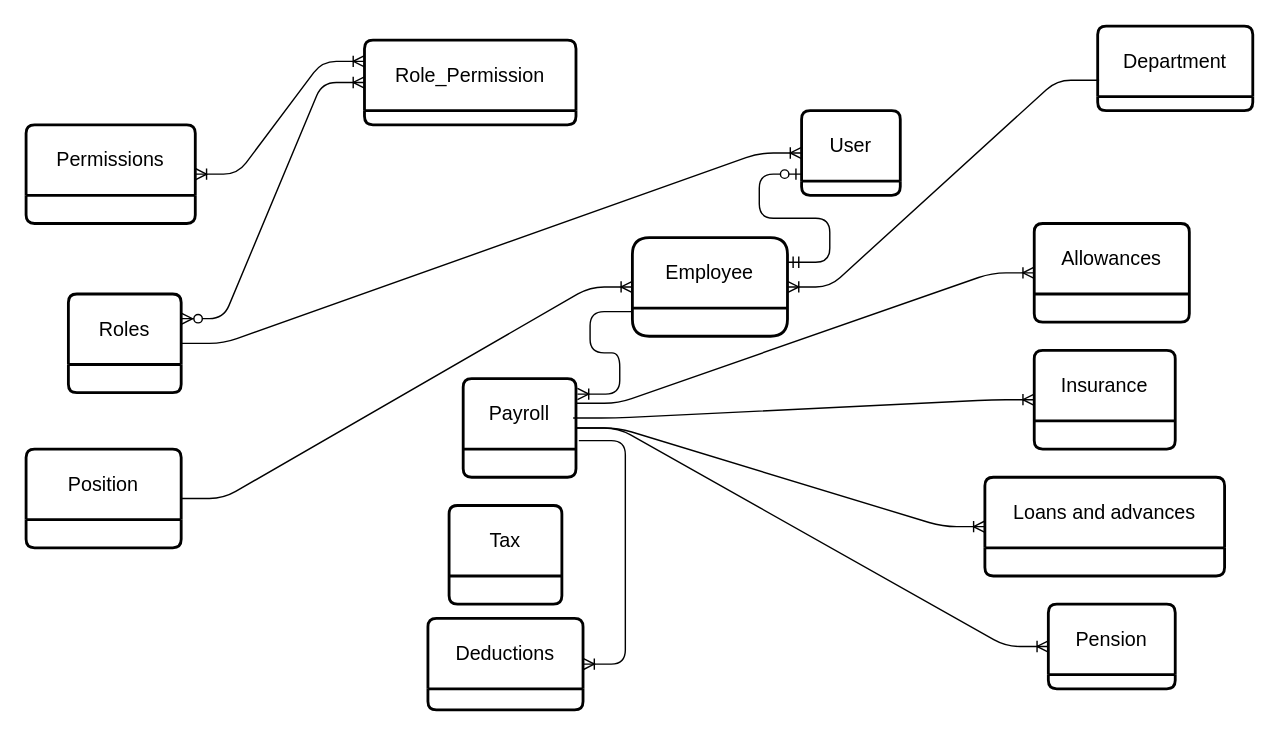
This is System_Design_Diagrams/ERDs.drawio from peter-289/payroll_system, a draw.io file, before an edit. Source tidied: cells renumbered, new cells numbered last; positions are measured from the earlier drawing's top-left corner, leaving out a move shared by most shapes. Both pictures are drawn from the tidied source at 141%, with x=0, y=0 at pixel (25, 25).
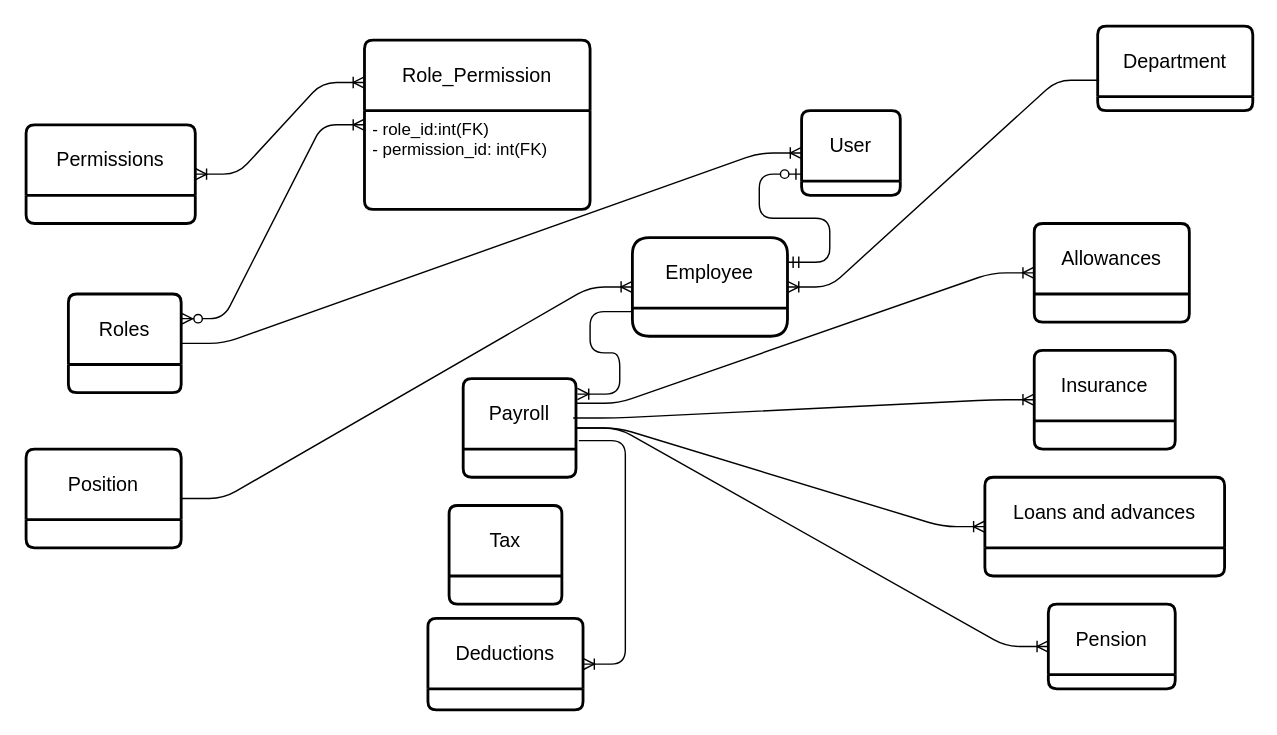
The same page after the edit.

Diff of the diagram source:
```diff
@@
-    <mxCell id="2" value="Role_Permission" style="swimlane;horizontal=1;startSize=50;rounded=1;fontSize=14;fontStyle=0;strokeWidth=2;shadow=0;dashed=0;align=center;arcSize=4;whiteSpace=wrap;html=1;" parent="1" vertex="1" collapsed="1">
-      <mxGeometry x="240" y="10" width="150" height="60" as="geometry" />
+    <mxCell id="2" value="Role_Permission" style="swimlane;horizontal=1;startSize=50;rounded=1;fontSize=14;fontStyle=0;strokeWidth=2;shadow=0;dashed=0;align=center;arcSize=4;whiteSpace=wrap;html=1;" parent="1" vertex="1">
+      <mxGeometry x="240" y="10" width="160" height="120" as="geometry" />
     </mxCell>
+    <mxCell id="28" value="- role_id:int(FK)&lt;div&gt;- permission_id: int(FK)&lt;/div&gt;" style="align=left;strokeColor=none;fillColor=none;spacingLeft=4;fontSize=12;verticalAlign=top;html=1;" parent="2" vertex="1">
+      <mxGeometry y="50" width="160" height="70" as="geometry" />
+    </mxCell>
```
